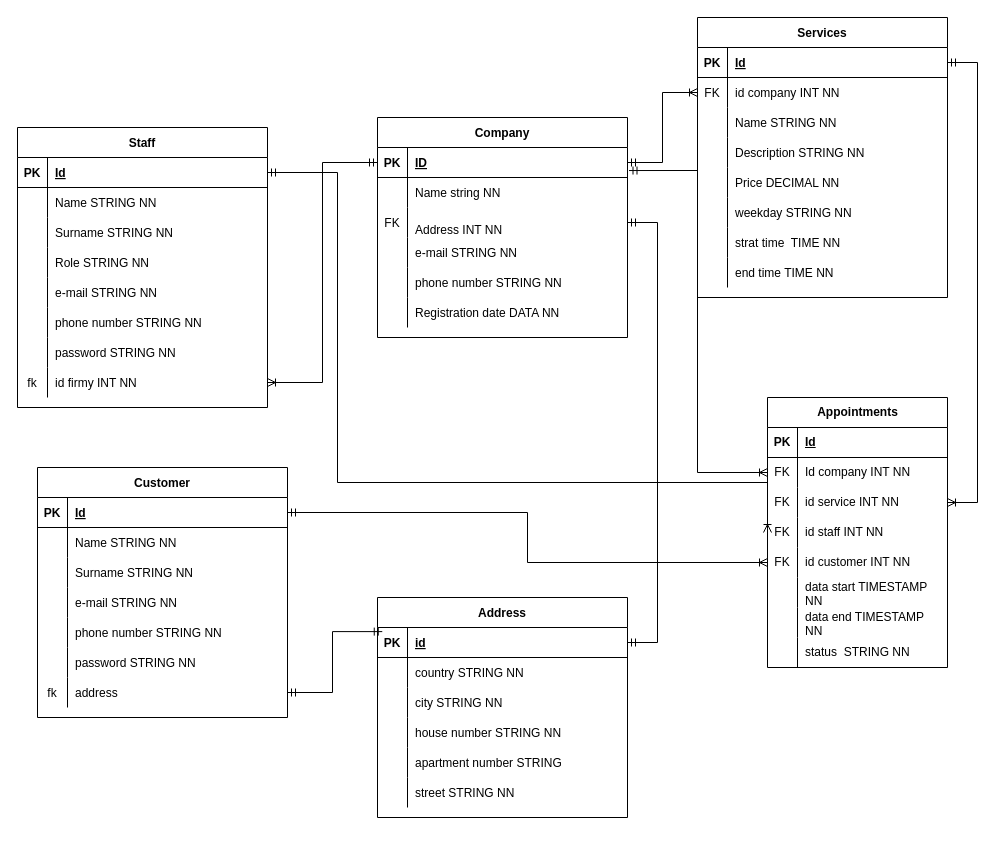
Above: app/bd/firma.drawio in BitKitsu/Rezerwuj-to (draw.io), before the change. Source tidied: cells renumbered, new cells numbered last; positions are measured from the earlier drawing's top-left corner, leaving out a move shared by most shapes. Both pictures are drawn from the tidied source at 100%, with x=0, y=0 at pixel (17, 17).
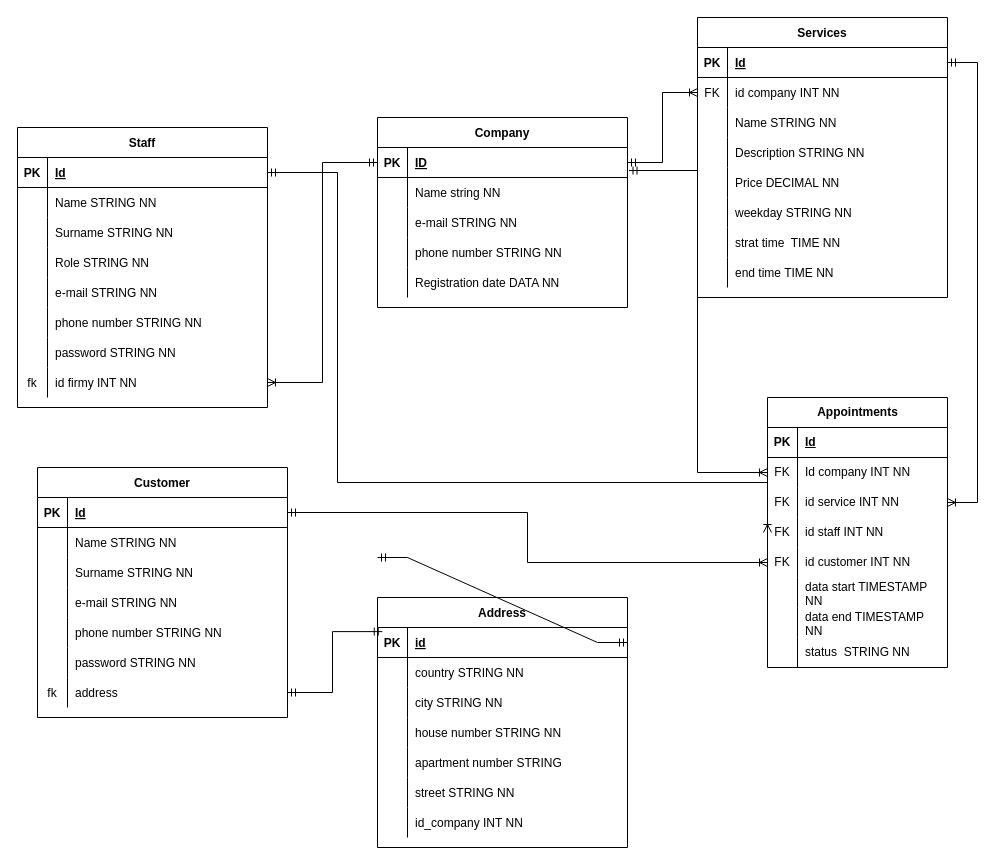
The same diagram, later.

Commit message (it also covers changes not shown here):
Poprawa bazy danych

The change refers to these unchanged cells:
```xml
<mxCell id="22" style="shape=partialRectangle;fillColor=none;points=[[0,0.5],[1,0.5]];portConstraint=eastwest;top=0;left=0;right=0;bottom=1;" parent="21" vertex="1">
  <mxGeometry y="30" width="250" height="30" as="geometry" />
</mxCell>
```

Diff of the diagram source:
```diff
@@
     <mxCell id="2" value="Company" style="shape=table;startSize=30;childLayout=tableLayout;rowLines=0;fontStyle=1;align=center;" parent="1" vertex="1">
-      <mxGeometry x="360" y="100" width="250" height="220" as="geometry" />
+      <mxGeometry x="360" y="100" width="250" height="190" as="geometry" />
     </mxCell>
@@
-    <mxCell id="9" style="shape=partialRectangle;fillColor=none;points=[[0,0.5],[1,0.5]];portConstraint=eastwest;top=0;left=0;right=0;bottom=0;" parent="2" vertex="1">
-      <mxGeometry y="90" width="250" height="30" as="geometry" />
-    </mxCell>
-    <mxCell id="10" value="FK" style="shape=partialRectangle;overflow=hidden;fillColor=none;top=0;left=0;bottom=0;right=0;" parent="9" vertex="1">
-      <mxGeometry width="30" height="30" as="geometry" />
-    </mxCell>
-    <mxCell id="11" value="&#10;Address INT NN" style="shape=partialRectangle;overflow=hidden;fillColor=none;top=0;left=0;bottom=0;right=0;align=left;spacingLeft=6;" parent="9" vertex="1">
-      <mxGeometry x="30" width="220" height="30" as="geometry" />
-    </mxCell>
     <mxCell id="12" style="shape=partialRectangle;fillColor=none;top=0;left=0;right=0;bottom=0;" parent="2" vertex="1">
-      <mxGeometry y="120" width="250" height="30" as="geometry" />
+      <mxGeometry y="90" width="250" height="30" as="geometry" />
     </mxCell>
@@
     <mxCell id="15" style="shape=partialRectangle;fillColor=none;top=0;left=0;right=0;bottom=0;" parent="2" vertex="1">
-      <mxGeometry y="150" width="250" height="30" as="geometry" />
+      <mxGeometry y="120" width="250" height="30" as="geometry" />
     </mxCell>
@@
     <mxCell id="18" style="shape=partialRectangle;fillColor=none;top=0;left=0;right=0;bottom=0;" parent="2" vertex="1">
-      <mxGeometry y="180" width="250" height="30" as="geometry" />
+      <mxGeometry y="150" width="250" height="30" as="geometry" />
     </mxCell>
@@
     <mxCell id="21" value="Address" style="shape=table;startSize=30;childLayout=tableLayout;rowLines=0;fontStyle=1;align=center;" parent="1" vertex="1">
-      <mxGeometry x="360" y="580" width="250" height="220" as="geometry" />
+      <mxGeometry x="360" y="580" width="250" height="250" as="geometry" />
     </mxCell>
@@
+    <mxCell id="145" style="shape=partialRectangle;fillColor=none;top=0;left=0;right=0;bottom=0;" parent="21" vertex="1">
+      <mxGeometry y="210" width="250" height="30" as="geometry" />
+    </mxCell>
+    <mxCell id="146" style="shape=partialRectangle;overflow=hidden;fillColor=none;top=0;left=0;bottom=0;right=0;" parent="145" vertex="1">
+      <mxGeometry width="30" height="30" as="geometry" />
+    </mxCell>
+    <mxCell id="147" value="id_company INT NN" style="shape=partialRectangle;overflow=hidden;fillColor=none;top=0;left=0;bottom=0;right=0;align=left;spacingLeft=6;" parent="145" vertex="1">
+      <mxGeometry x="30" width="220" height="30" as="geometry" />
+    </mxCell>
@@
-    <mxCell id="138" style="edgeStyle=entityRelationEdgeStyle;fontSize=12;html=1;endArrow=ERmandOne;startArrow=ERmandOne;rounded=0;exitX=1;exitY=0.5;exitDx=0;exitDy=0;entryX=1;entryY=0.5;entryDx=0;entryDy=0;" parent="1" edge="1" source="9" target="22">
-      <mxGeometry relative="1" as="geometry" />
+    <mxCell id="138" style="edgeStyle=entityRelationEdgeStyle;fontSize=12;html=1;endArrow=ERmandOne;startArrow=ERmandOne;rounded=0;exitX=1;exitY=0.5;exitDx=0;exitDy=0;entryX=1;entryY=0.5;entryDx=0;entryDy=0;" parent="1" edge="1" target="22">
+      <mxGeometry relative="1" as="geometry">
+        <mxPoint x="360" y="540" as="sourcePoint" />
+      </mxGeometry>
     </mxCell>
```
